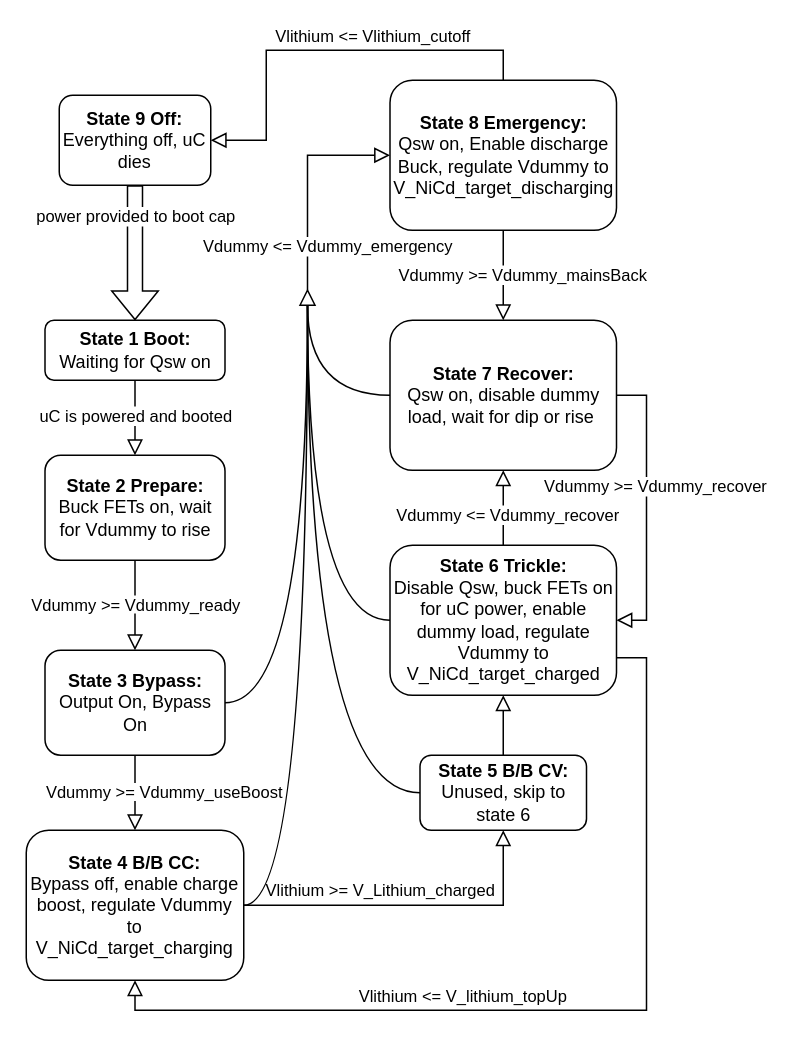
Before: 204IntefaceFlowchart.drawio in BStainthorpe/Flowcharts, a draw.io diagram. Source tidied: cells renumbered, new cells numbered last; positions are measured from the earlier drawing's top-left corner, leaving out a move shared by most shapes. Both pictures are drawn from the tidied source at 150%, with x=0, y=0 at pixel (26, 50).
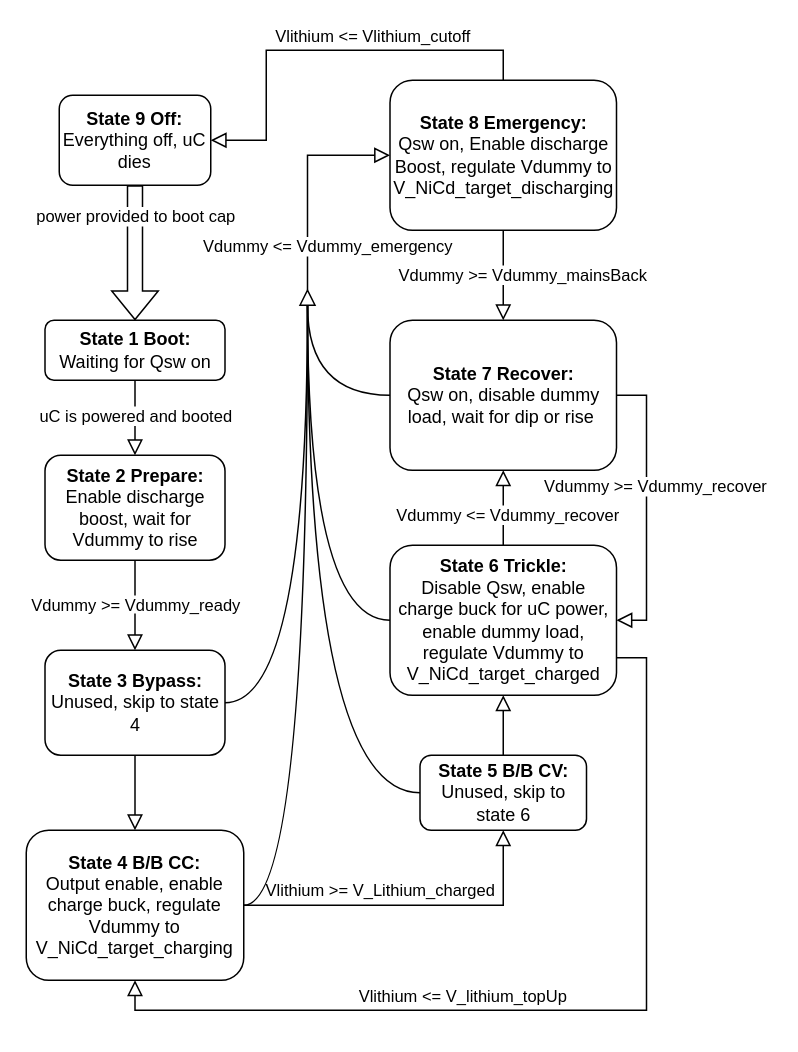
Above is the later version.

Change to the diagram source:
```diff
@@
-    <mxCell id="5" value="&lt;span style=&quot;background-color: rgb(255, 255, 255);&quot;&gt;Vdummy &amp;gt;= Vdummy_useBoost&lt;/span&gt;" style="rounded=0;html=1;jettySize=auto;fontSize=11;endArrow=block;endFill=0;endSize=8;strokeWidth=1;shadow=0;labelBackgroundColor=none;edgeStyle=orthogonalEdgeStyle;exitX=0.5;exitY=1;exitDx=0;exitDy=0;entryX=0.5;entryY=0;entryDx=0;entryDy=0;" parent="1" edge="1" source="8" target="9">
+    <mxCell id="5" style="rounded=0;html=1;jettySize=auto;fontSize=11;endArrow=block;endFill=0;endSize=8;strokeWidth=1;shadow=0;labelBackgroundColor=none;edgeStyle=orthogonalEdgeStyle;exitX=0.5;exitY=1;exitDx=0;exitDy=0;entryX=0.5;entryY=0;entryDx=0;entryDy=0;" parent="1" edge="1" source="8" target="9">
       <mxGeometry x="0.05" y="19" relative="1" as="geometry">
         <mxPoint y="-1" as="offset" />
       </mxGeometry>
     </mxCell>
@@
-    <mxCell id="7" value="&lt;b&gt;State 2 Prepare:&lt;/b&gt;&lt;div&gt;Buck FETs on, wait for Vdummy to rise&lt;/div&gt;" style="rounded=1;whiteSpace=wrap;html=1;fontSize=12;glass=0;strokeWidth=1;shadow=0;" parent="1" vertex="1">
+    <mxCell id="7" value="&lt;b&gt;State 2 Prepare:&lt;/b&gt;&lt;div&gt;Enable discharge boost, wait for Vdummy to rise&lt;/div&gt;" style="rounded=1;whiteSpace=wrap;html=1;fontSize=12;glass=0;strokeWidth=1;shadow=0;" parent="1" vertex="1">
       <mxGeometry x="12.5" y="270" width="120" height="70" as="geometry" />
     </mxCell>
-    <mxCell id="8" value="&lt;b&gt;State 3 Bypass:&lt;/b&gt;&lt;div&gt;Output On, Bypass On&lt;/div&gt;" style="rounded=1;whiteSpace=wrap;html=1;fontSize=12;glass=0;strokeWidth=1;shadow=0;" parent="1" vertex="1">
+    <mxCell id="8" value="&lt;b&gt;State 3 Bypass:&lt;/b&gt;&lt;div&gt;Unused, skip to state 4&lt;/div&gt;" style="rounded=1;whiteSpace=wrap;html=1;fontSize=12;glass=0;strokeWidth=1;shadow=0;" parent="1" vertex="1">
       <mxGeometry x="12.5" y="400" width="120" height="70" as="geometry" />
     </mxCell>
-    <mxCell id="9" value="&lt;b&gt;State 4 B/B CC:&lt;/b&gt;&lt;div&gt;Bypass off, enable charge boost, regulate Vdummy to V_NiCd_target_charging&lt;/div&gt;" style="rounded=1;whiteSpace=wrap;html=1;fontSize=12;glass=0;strokeWidth=1;shadow=0;" parent="1" vertex="1">
+    <mxCell id="9" value="&lt;b&gt;State 4 B/B CC:&lt;/b&gt;&lt;div&gt;Output enable, enable charge buck, regulate Vdummy to V_NiCd_target_charging&lt;/div&gt;" style="rounded=1;whiteSpace=wrap;html=1;fontSize=12;glass=0;strokeWidth=1;shadow=0;" parent="1" vertex="1">
       <mxGeometry y="520" width="145" height="100" as="geometry" />
     </mxCell>
@@
-    <mxCell id="12" value="&lt;b&gt;State 6 Trickle:&lt;/b&gt;&lt;div&gt;Disable Qsw, buck FETs on for uC power, enable dummy load, regulate Vdummy to V_NiCd_target_charged&lt;/div&gt;" style="rounded=1;whiteSpace=wrap;html=1;fontSize=12;glass=0;strokeWidth=1;shadow=0;" parent="1" vertex="1">
+    <mxCell id="12" value="&lt;b&gt;State 6 Trickle:&lt;/b&gt;&lt;div&gt;Disable Qsw, enable charge buck for uC power, enable dummy load, regulate Vdummy to V_NiCd_target_charged&lt;/div&gt;" style="rounded=1;whiteSpace=wrap;html=1;fontSize=12;glass=0;strokeWidth=1;shadow=0;" parent="1" vertex="1">
       <mxGeometry x="242.5" y="330" width="151" height="100" as="geometry" />
     </mxCell>
@@
-    <mxCell id="20" value="&lt;b&gt;State 8 Emergency:&lt;/b&gt;&lt;div&gt;Qsw on, Enable discharge Buck, regulate Vdummy to V_NiCd_target_discharging&lt;/div&gt;" style="rounded=1;whiteSpace=wrap;html=1;fontSize=12;glass=0;strokeWidth=1;shadow=0;" parent="1" vertex="1">
+    <mxCell id="20" value="&lt;b&gt;State 8 Emergency:&lt;/b&gt;&lt;div&gt;Qsw on, Enable discharge Boost, regulate Vdummy to V_NiCd_target_discharging&lt;/div&gt;" style="rounded=1;whiteSpace=wrap;html=1;fontSize=12;glass=0;strokeWidth=1;shadow=0;" parent="1" vertex="1">
       <mxGeometry x="242.5" y="20" width="151" height="100" as="geometry" />
     </mxCell>
```
